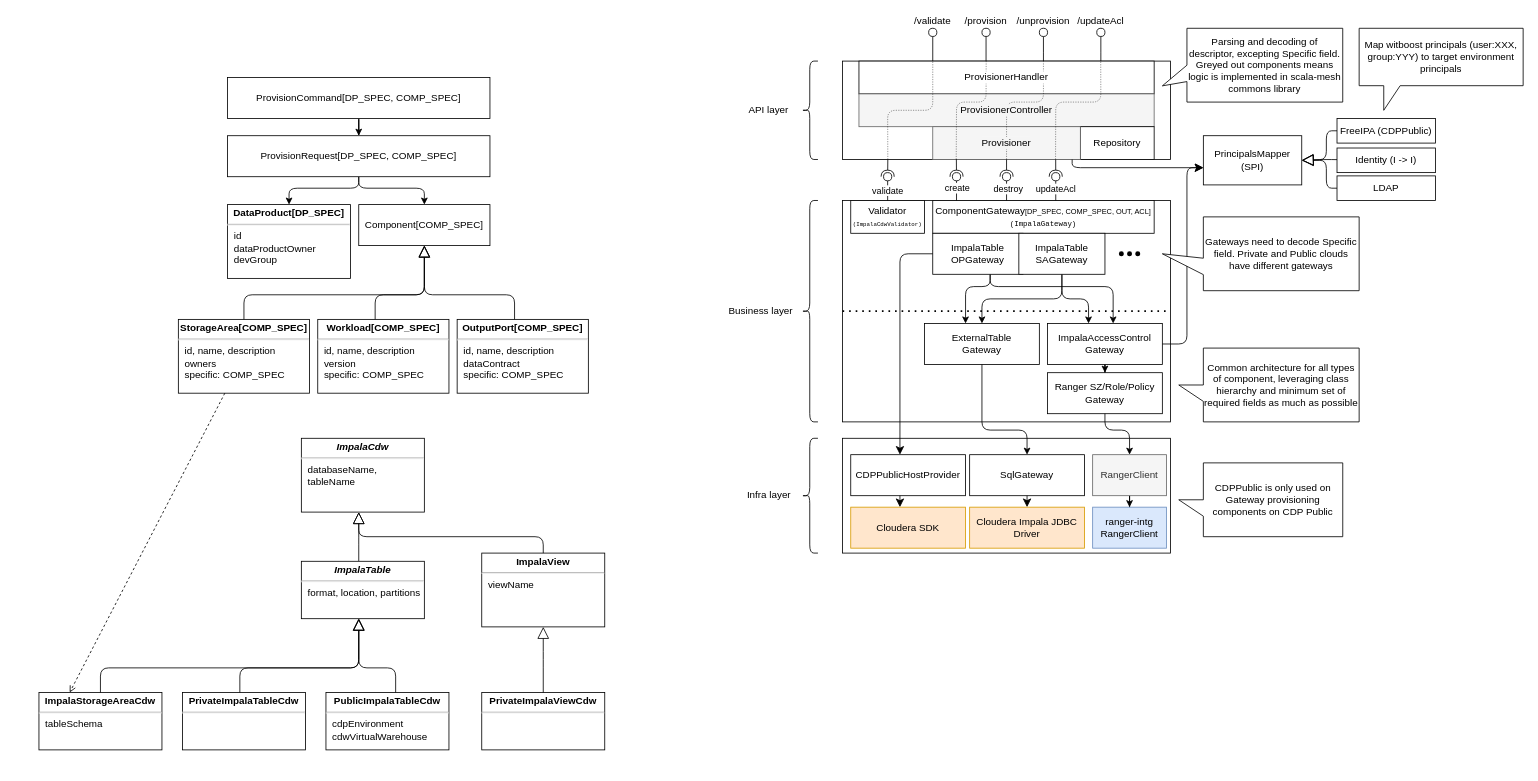
This is docs/diagrams.drawio from agile-lab-dev/witboost-cdp-impala-specific-provisioner, a draw.io file, before an edit. Source tidied: cells renumbered, new cells numbered last; positions are measured from the earlier drawing's top-left corner, leaving out a move shared by most shapes. Both pictures are drawn from the tidied source at 82%, with x=0, y=0 at pixel (39, 28).
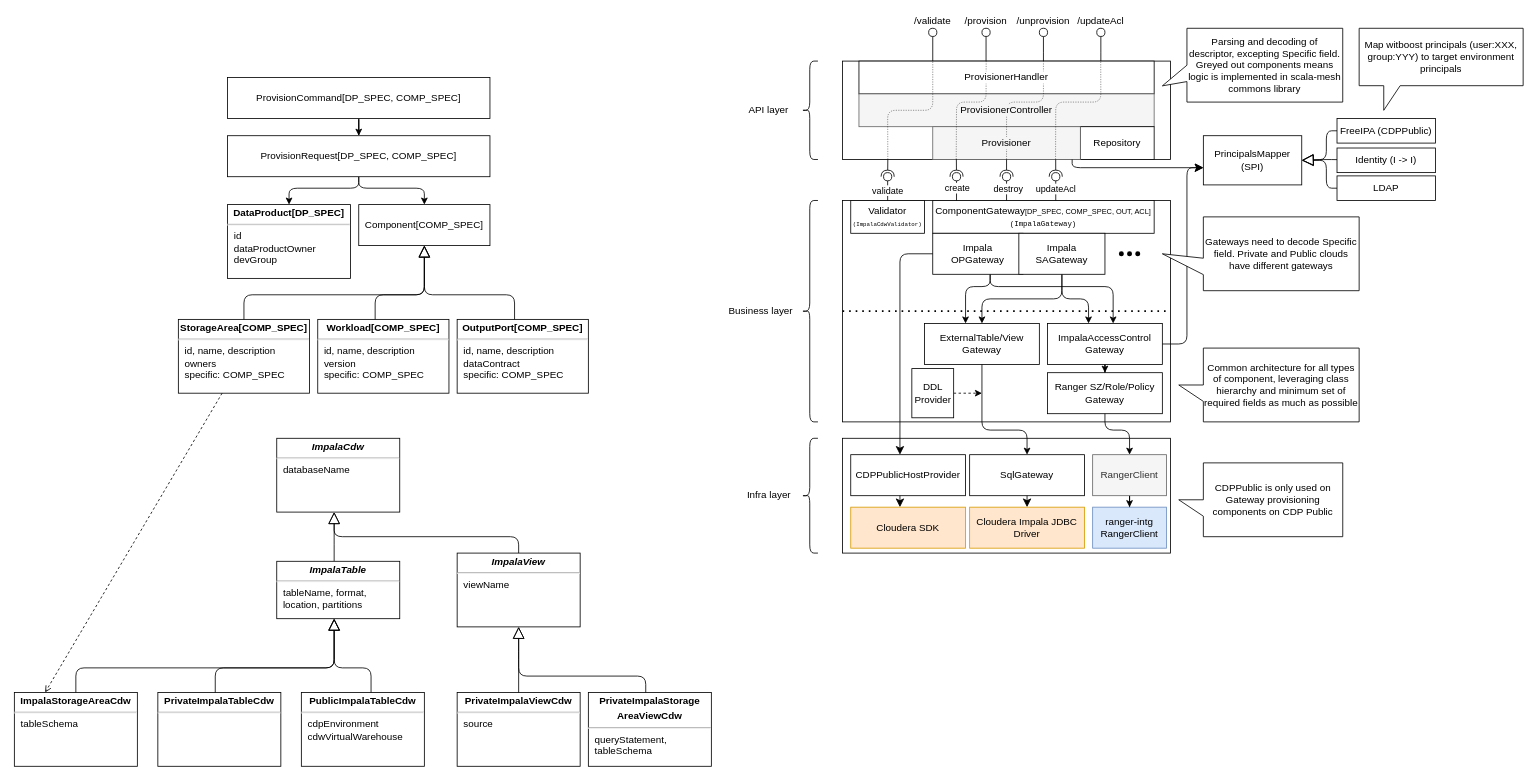
The same page after the edit.

The change refers to these unchanged cells:
```xml
<mxCell id="10" style="rounded=0;whiteSpace=wrap;html=1;" parent="1" vertex="1">
  <mxGeometry x="980" y="210" width="400" height="270" as="geometry" />
</mxCell>
<mxCell id="94" value="&lt;p style=&quot;margin: 4px 0px 0px; text-align: center;&quot;&gt;&lt;b style=&quot;&quot;&gt;StorageArea[COMP_SPEC]&lt;/b&gt;&lt;/p&gt;&lt;hr&gt;&lt;p style=&quot;margin:0px;margin-left:8px;&quot;&gt;id, name, description&lt;/p&gt;&lt;p style=&quot;margin:0px;margin-left:8px;&quot;&gt;owners&lt;/p&gt;&lt;p style=&quot;margin:0px;margin-left:8px;&quot;&gt;specific: COMP_SPEC&lt;/p&gt;" style="verticalAlign=top;align=left;overflow=fill;fontSize=12;fontFamily=Helvetica;html=1;whiteSpace=wrap;" parent="1" vertex="1">
  <mxGeometry x="170" y="355" width="160" height="90" as="geometry" />
</mxCell>
```

What changed in the source:
```diff
@@
-    <mxCell id="46" value="ImpalaTable&lt;br&gt;OPGateway" style="rounded=0;whiteSpace=wrap;html=1;" parent="1" vertex="1">
+    <mxCell id="46" value="Impala&lt;br&gt;OPGateway" style="rounded=0;whiteSpace=wrap;html=1;" parent="1" vertex="1">
       <mxGeometry x="1090" y="250" width="110" height="50" as="geometry" />
     </mxCell>
@@
-    <mxCell id="49" value="ImpalaTable&lt;br&gt;SAGateway" style="rounded=0;whiteSpace=wrap;html=1;" parent="1" vertex="1">
+    <mxCell id="49" value="Impala&lt;br&gt;SAGateway" style="rounded=0;whiteSpace=wrap;html=1;" parent="1" vertex="1">
       <mxGeometry x="1195" y="250" width="105" height="50" as="geometry" />
     </mxCell>
@@
-    <mxCell id="56" value="ExternalTable&lt;br&gt;Gateway" style="rounded=0;whiteSpace=wrap;html=1;" parent="1" vertex="1">
+    <mxCell id="56" value="ExternalTable/View&lt;br&gt;Gateway" style="rounded=0;whiteSpace=wrap;html=1;" parent="1" vertex="1">
       <mxGeometry x="1080" y="360" width="140" height="50" as="geometry" />
     </mxCell>
@@
-    <mxCell id="99" value="&lt;p style=&quot;margin: 4px 0px 0px; text-align: center;&quot;&gt;&lt;b&gt;&lt;i&gt;ImpalaCdw&lt;/i&gt;&lt;/b&gt;&lt;/p&gt;&lt;hr&gt;&lt;p style=&quot;margin:0px;margin-left:8px;&quot;&gt;databaseName, tableName&lt;/p&gt;" style="verticalAlign=top;align=left;overflow=fill;fontSize=12;fontFamily=Helvetica;html=1;whiteSpace=wrap;" parent="1" vertex="1">
-      <mxGeometry x="320" y="500" width="150" height="90" as="geometry" />
-    </mxCell>
+    <mxCell id="105" style="endArrow=open;html=1;rounded=0;dashed=1;entryX=0.25;entryY=0;entryDx=0;entryDy=0;endFill=0;" parent="1" edge="1" source="94" target="102">
+      <mxGeometry relative="1" as="geometry" />
+    </mxCell>
+    <mxCell id="106" value="ProvisionerHandler" style="text;html=1;strokeColor=none;fillColor=none;align=center;verticalAlign=middle;whiteSpace=wrap;rounded=0;labelBackgroundColor=default;" parent="1" vertex="1">
+      <mxGeometry x="1150" y="45" width="60" height="30" as="geometry" />
+    </mxCell>
+    <mxCell id="107" style="endArrow=none;dashed=1;html=1;dashPattern=1 3;strokeWidth=2;rounded=0;entryX=1;entryY=0.5;entryDx=0;entryDy=0;exitX=0;exitY=0.5;exitDx=0;exitDy=0;" parent="1" edge="1" source="10" target="10">
+      <mxGeometry relative="1" as="geometry" />
+    </mxCell>
+    <mxCell id="115" style="edgeStyle=orthogonalEdgeStyle;rounded=0;jettySize=auto;html=1;dashed=1;" parent="1" edge="1" source="116">
+      <mxGeometry relative="1" as="geometry">
+        <mxPoint x="1150" y="445" as="targetPoint" />
+      </mxGeometry>
+    </mxCell>
+    <mxCell id="116" value="DDL&lt;br&gt;Provider" style="rounded=0;whiteSpace=wrap;html=1;" parent="1" vertex="1">
+      <mxGeometry x="1064.5" y="415" width="51" height="60" as="geometry" />
+    </mxCell>
+    <mxCell id="117" value="&lt;p style=&quot;margin: 4px 0px 0px; text-align: center;&quot;&gt;&lt;b&gt;&lt;i&gt;ImpalaCdw&lt;/i&gt;&lt;/b&gt;&lt;/p&gt;&lt;hr&gt;&lt;p style=&quot;margin:0px;margin-left:8px;&quot;&gt;databaseName&lt;/p&gt;" style="verticalAlign=top;align=left;overflow=fill;fontSize=12;fontFamily=Helvetica;html=1;whiteSpace=wrap;" parent="1" vertex="1">
+      <mxGeometry x="290" y="500" width="150" height="90" as="geometry" />
+    </mxCell>
     <mxCell id="100" value="&lt;p style=&quot;margin: 4px 0px 0px; text-align: center;&quot;&gt;&lt;b&gt;PublicImpalaTableCdw&lt;/b&gt;&lt;/p&gt;&lt;hr&gt;&lt;p style=&quot;margin:0px;margin-left:8px;&quot;&gt;cdpEnvironment&lt;/p&gt;&lt;p style=&quot;margin:0px;margin-left:8px;&quot;&gt;cdwVirtualWarehouse&lt;/p&gt;" style="verticalAlign=top;align=left;overflow=fill;fontSize=12;fontFamily=Helvetica;html=1;whiteSpace=wrap;" parent="1" vertex="1">
-      <mxGeometry x="350" y="810" width="150" height="70" as="geometry" />
+      <mxGeometry x="320" y="810" width="150" height="90" as="geometry" />
     </mxCell>
     <mxCell id="101" value="&lt;p style=&quot;margin: 4px 0px 0px; text-align: center;&quot;&gt;&lt;b&gt;PrivateImpalaTableCdw&lt;/b&gt;&lt;/p&gt;&lt;hr&gt;&lt;p style=&quot;margin:0px;margin-left:8px;&quot;&gt;&lt;br&gt;&lt;/p&gt;" style="verticalAlign=top;align=left;overflow=fill;fontSize=12;fontFamily=Helvetica;html=1;whiteSpace=wrap;" parent="1" vertex="1">
-      <mxGeometry x="175" y="810" width="150" height="70" as="geometry" />
+      <mxGeometry x="145" y="810" width="150" height="90" as="geometry" />
     </mxCell>
     <mxCell id="102" value="&lt;p style=&quot;margin: 4px 0px 0px; text-align: center;&quot;&gt;&lt;b&gt;ImpalaStorageAreaCdw&lt;/b&gt;&lt;/p&gt;&lt;hr&gt;&lt;p style=&quot;margin:0px;margin-left:8px;&quot;&gt;tableSchema&lt;/p&gt;" style="verticalAlign=top;align=left;overflow=fill;fontSize=12;fontFamily=Helvetica;html=1;whiteSpace=wrap;" parent="1" vertex="1">
-      <mxGeometry y="810" width="150" height="70" as="geometry" />
+      <mxGeometry x="-30" y="810" width="150" height="90" as="geometry" />
     </mxCell>
-    <mxCell id="103" style="edgeStyle=segmentEdgeStyle;endArrow=block;html=1;rounded=1;endSize=12;startSize=8;endFill=0;" parent="1" edge="1" source="108" target="99">
-      <mxGeometry relative="1" as="geometry">
-        <Array as="points">
-          <mxPoint x="390" y="620" />
-          <mxPoint x="390" y="620" />
-        </Array>
-      </mxGeometry>
-    </mxCell>
-    <mxCell id="104" style="edgeStyle=segmentEdgeStyle;endArrow=block;html=1;rounded=1;endSize=12;startSize=8;endFill=0;" parent="1" edge="1" source="102" target="108">
-      <mxGeometry relative="1" as="geometry">
-        <Array as="points">
-          <mxPoint x="75" y="780" />
-          <mxPoint x="390" y="780" />
-        </Array>
-      </mxGeometry>
-    </mxCell>
-    <mxCell id="105" style="endArrow=open;html=1;rounded=0;dashed=1;entryX=0.25;entryY=0;entryDx=0;entryDy=0;endFill=0;" parent="1" edge="1" source="94" target="102">
-      <mxGeometry relative="1" as="geometry" />
-    </mxCell>
-    <mxCell id="106" value="ProvisionerHandler" style="text;html=1;strokeColor=none;fillColor=none;align=center;verticalAlign=middle;whiteSpace=wrap;rounded=0;labelBackgroundColor=default;" parent="1" vertex="1">
-      <mxGeometry x="1150" y="45" width="60" height="30" as="geometry" />
-    </mxCell>
-    <mxCell id="107" style="endArrow=none;dashed=1;html=1;dashPattern=1 3;strokeWidth=2;rounded=0;entryX=1;entryY=0.5;entryDx=0;entryDy=0;exitX=0;exitY=0.5;exitDx=0;exitDy=0;" parent="1" edge="1" source="10" target="10">
-      <mxGeometry relative="1" as="geometry" />
-    </mxCell>
-    <mxCell id="108" value="&lt;p style=&quot;margin: 4px 0px 0px; text-align: center;&quot;&gt;&lt;b&gt;&lt;i&gt;ImpalaTable&lt;/i&gt;&lt;/b&gt;&lt;/p&gt;&lt;hr&gt;&lt;p style=&quot;margin:0px;margin-left:8px;&quot;&gt;format, location, partitions&lt;br&gt;&lt;/p&gt;" style="verticalAlign=top;align=left;overflow=fill;fontSize=12;fontFamily=Helvetica;html=1;whiteSpace=wrap;" parent="1" vertex="1">
-      <mxGeometry x="320" y="650" width="150" height="70" as="geometry" />
-    </mxCell>
+    <mxCell id="118" style="edgeStyle=segmentEdgeStyle;endArrow=block;html=1;rounded=1;endSize=12;startSize=8;endFill=0;" parent="1" edge="1" source="120" target="117">
+      <mxGeometry relative="1" as="geometry">
+        <Array as="points">
+          <mxPoint x="360" y="620" />
+          <mxPoint x="360" y="620" />
+        </Array>
+      </mxGeometry>
+    </mxCell>
+    <mxCell id="119" style="edgeStyle=segmentEdgeStyle;endArrow=block;html=1;rounded=1;endSize=12;startSize=8;endFill=0;" parent="1" edge="1" source="102" target="120">
+      <mxGeometry relative="1" as="geometry">
+        <Array as="points">
+          <mxPoint x="45" y="780" />
+          <mxPoint x="360" y="780" />
+        </Array>
+      </mxGeometry>
+    </mxCell>
+    <mxCell id="120" value="&lt;p style=&quot;margin: 4px 0px 0px; text-align: center;&quot;&gt;&lt;b&gt;&lt;i&gt;ImpalaTable&lt;/i&gt;&lt;/b&gt;&lt;/p&gt;&lt;hr&gt;&lt;p style=&quot;margin:0px;margin-left:8px;&quot;&gt;tableName, format, location, partitions&lt;br&gt;&lt;/p&gt;" style="verticalAlign=top;align=left;overflow=fill;fontSize=12;fontFamily=Helvetica;html=1;whiteSpace=wrap;" parent="1" vertex="1">
+      <mxGeometry x="290" y="650" width="150" height="70" as="geometry" />
+    </mxCell>
-    <mxCell id="109" value="&lt;p style=&quot;margin: 4px 0px 0px; text-align: center;&quot;&gt;&lt;b&gt;ImpalaView&lt;/b&gt;&lt;/p&gt;&lt;hr&gt;&lt;p style=&quot;margin:0px;margin-left:8px;&quot;&gt;viewName&lt;br&gt;&lt;/p&gt;" style="verticalAlign=top;align=left;overflow=fill;fontSize=12;fontFamily=Helvetica;html=1;whiteSpace=wrap;" parent="1" vertex="1">
-      <mxGeometry x="540" y="640" width="150" height="90" as="geometry" />
+    <mxCell id="109" value="&lt;p style=&quot;margin: 4px 0px 0px; text-align: center;&quot;&gt;&lt;b&gt;&lt;i&gt;ImpalaView&lt;/i&gt;&lt;/b&gt;&lt;/p&gt;&lt;hr&gt;&lt;p style=&quot;margin:0px;margin-left:8px;&quot;&gt;viewName&lt;br&gt;&lt;/p&gt;" style="verticalAlign=top;align=left;overflow=fill;fontSize=12;fontFamily=Helvetica;html=1;whiteSpace=wrap;" parent="1" vertex="1">
+      <mxGeometry x="510" y="640" width="150" height="90" as="geometry" />
     </mxCell>
-    <mxCell id="110" style="edgeStyle=segmentEdgeStyle;endArrow=block;html=1;rounded=1;endSize=12;startSize=8;endFill=0;" parent="1" edge="1" source="101" target="108">
-      <mxGeometry relative="1" as="geometry">
-        <Array as="points">
-          <mxPoint x="245" y="780" />
-          <mxPoint x="390" y="780" />
-        </Array>
-      </mxGeometry>
-    </mxCell>
-    <mxCell id="111" style="edgeStyle=segmentEdgeStyle;endArrow=block;html=1;rounded=1;endSize=12;startSize=8;endFill=0;" parent="1" edge="1" source="100" target="108">
-      <mxGeometry relative="1" as="geometry">
-        <Array as="points">
-          <mxPoint x="435" y="780" />
-          <mxPoint x="390" y="780" />
-        </Array>
-      </mxGeometry>
-    </mxCell>
-    <mxCell id="112" value="&lt;p style=&quot;margin: 4px 0px 0px; text-align: center;&quot;&gt;&lt;b&gt;PrivateImpalaViewCdw&lt;/b&gt;&lt;/p&gt;&lt;hr&gt;&lt;p style=&quot;margin:0px;margin-left:8px;&quot;&gt;&lt;br&gt;&lt;/p&gt;" style="verticalAlign=top;align=left;overflow=fill;fontSize=12;fontFamily=Helvetica;html=1;whiteSpace=wrap;" parent="1" vertex="1">
-      <mxGeometry x="540" y="810" width="150" height="70" as="geometry" />
-    </mxCell>
-    <mxCell id="113" style="edgeStyle=segmentEdgeStyle;endArrow=block;html=1;rounded=1;endSize=12;startSize=8;endFill=0;entryX=0.5;entryY=1;entryDx=0;entryDy=0;" parent="1" edge="1" source="112" target="109">
-      <mxGeometry relative="1" as="geometry">
-        <Array as="points">
-          <mxPoint x="615" y="770" />
-          <mxPoint x="615" y="770" />
-        </Array>
-      </mxGeometry>
-    </mxCell>
-    <mxCell id="114" style="edgeStyle=segmentEdgeStyle;endArrow=block;html=1;rounded=1;endSize=12;startSize=8;endFill=0;" parent="1" edge="1" source="109" target="99">
-      <mxGeometry relative="1" as="geometry">
-        <Array as="points">
-          <mxPoint x="615" y="620" />
-          <mxPoint x="390" y="620" />
-        </Array>
-      </mxGeometry>
-    </mxCell>
+    <mxCell id="121" style="edgeStyle=segmentEdgeStyle;endArrow=block;html=1;rounded=1;endSize=12;startSize=8;endFill=0;" parent="1" edge="1" source="101" target="120">
+      <mxGeometry relative="1" as="geometry">
+        <Array as="points">
+          <mxPoint x="215" y="780" />
+          <mxPoint x="360" y="780" />
+        </Array>
+      </mxGeometry>
+    </mxCell>
+    <mxCell id="122" style="edgeStyle=segmentEdgeStyle;endArrow=block;html=1;rounded=1;endSize=12;startSize=8;endFill=0;" parent="1" edge="1" source="100" target="120">
+      <mxGeometry relative="1" as="geometry">
+        <Array as="points">
+          <mxPoint x="405" y="780" />
+          <mxPoint x="360" y="780" />
+        </Array>
+      </mxGeometry>
+    </mxCell>
+    <mxCell id="123" value="&lt;p style=&quot;margin: 4px 0px 0px; text-align: center;&quot;&gt;&lt;b&gt;PrivateImpalaViewCdw&lt;/b&gt;&lt;/p&gt;&lt;hr&gt;&lt;p style=&quot;margin:0px;margin-left:8px;&quot;&gt;source&lt;/p&gt;" style="verticalAlign=top;align=left;overflow=fill;fontSize=12;fontFamily=Helvetica;html=1;whiteSpace=wrap;" parent="1" vertex="1">
+      <mxGeometry x="510" y="810" width="150" height="90" as="geometry" />
+    </mxCell>
+    <mxCell id="124" style="edgeStyle=segmentEdgeStyle;endArrow=block;html=1;rounded=1;endSize=12;startSize=8;endFill=0;entryX=0.5;entryY=1;entryDx=0;entryDy=0;" parent="1" edge="1" source="123" target="109">
+      <mxGeometry relative="1" as="geometry">
+        <Array as="points">
+          <mxPoint x="585" y="770" />
+          <mxPoint x="585" y="770" />
+        </Array>
+      </mxGeometry>
+    </mxCell>
+    <mxCell id="125" style="edgeStyle=segmentEdgeStyle;endArrow=block;html=1;rounded=1;endSize=12;startSize=8;endFill=0;" parent="1" edge="1" source="109" target="117">
+      <mxGeometry relative="1" as="geometry">
+        <Array as="points">
+          <mxPoint x="585" y="620" />
+          <mxPoint x="360" y="620" />
+        </Array>
+      </mxGeometry>
+    </mxCell>
+    <mxCell id="126" value="&lt;p style=&quot;margin: 4px 0px 0px; text-align: center;&quot;&gt;&lt;b&gt;PrivateImpalaStorage&lt;/b&gt;&lt;/p&gt;&lt;p style=&quot;margin: 4px 0px 0px; text-align: center;&quot;&gt;&lt;b&gt;Area&lt;/b&gt;&lt;b style=&quot;background-color: initial;&quot;&gt;ViewCdw&lt;/b&gt;&lt;/p&gt;&lt;hr&gt;&lt;p style=&quot;margin:0px;margin-left:8px;&quot;&gt;queryStatement, tableSchema&lt;/p&gt;" style="verticalAlign=top;align=left;overflow=fill;fontSize=12;fontFamily=Helvetica;html=1;whiteSpace=wrap;" parent="1" vertex="1">
+      <mxGeometry x="670" y="810" width="150" height="90" as="geometry" />
+    </mxCell>
+    <mxCell id="127" style="edgeStyle=segmentEdgeStyle;endArrow=block;html=1;rounded=1;endSize=12;startSize=8;endFill=0;" parent="1" edge="1" source="126" target="109">
+      <mxGeometry relative="1" as="geometry">
+        <Array as="points">
+          <mxPoint x="740" y="790" />
+          <mxPoint x="585" y="790" />
+        </Array>
+      </mxGeometry>
+    </mxCell>
```
